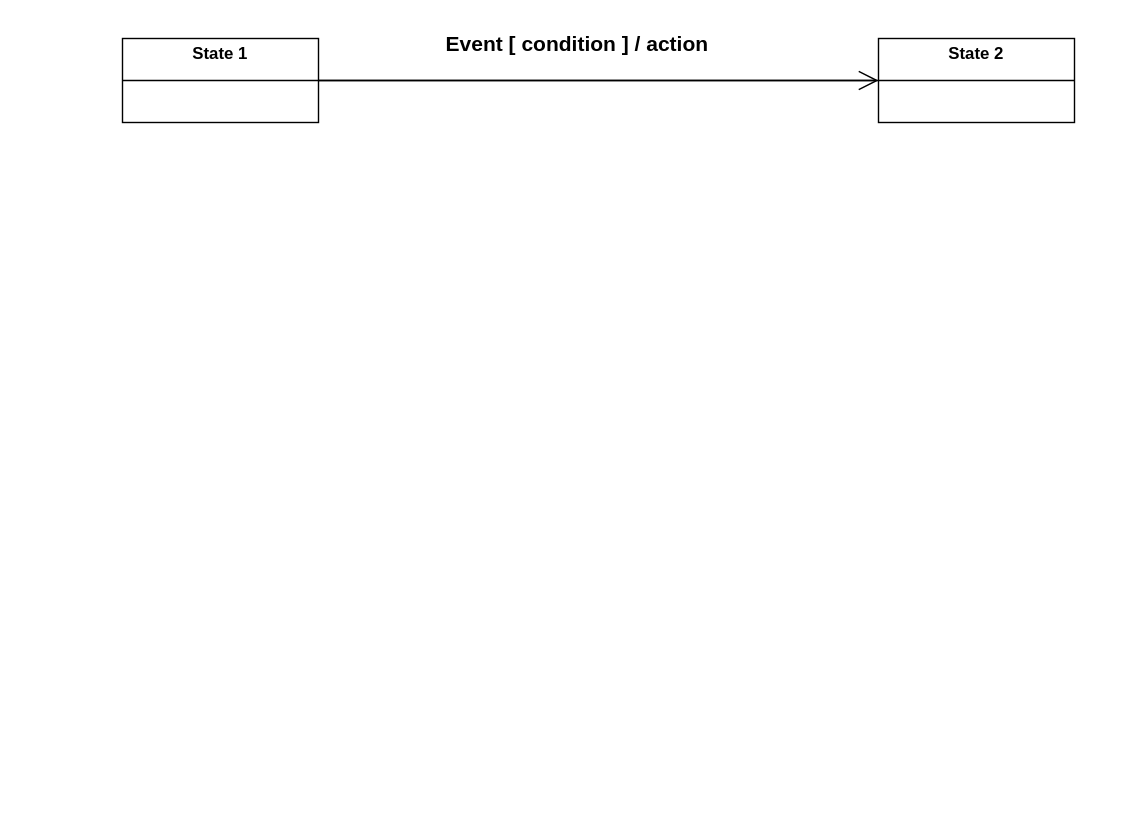
Earlier version of the draw.io diagram page "Transition State" (6 of 6) of Diagram.drawio (yahyamallak/UML). Source tidied: cells renumbered, new cells numbered last; positions are measured from the earlier drawing's top-left corner, leaving out a move shared by most shapes. Both pictures are drawn from the tidied source at 140%, with x=0, y=0 at pixel (122, 24).
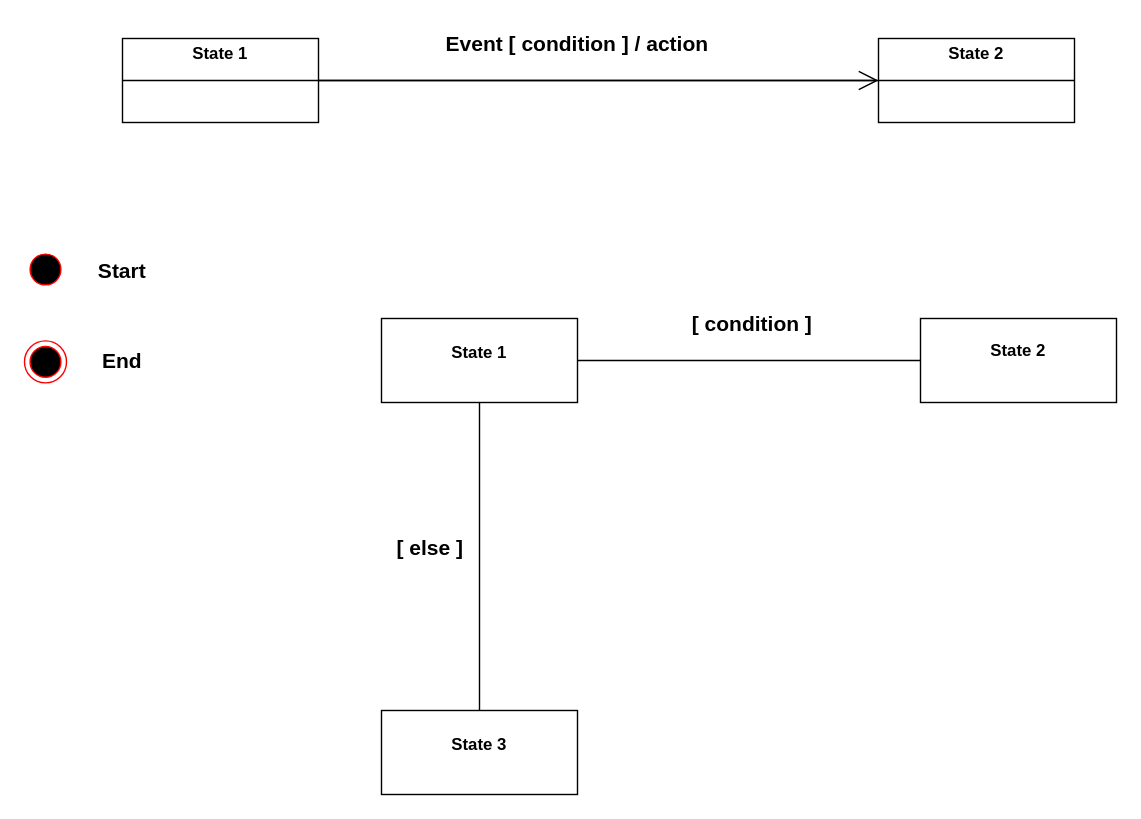
The same diagram, later.

Change to the diagram source:
```diff
@@
 <mxGraphModel>
   <root>
     <mxCell id="0" />
     <mxCell id="1" parent="0" />
     <mxCell id="2" value="&lt;p style=&quot;margin: 0px ; margin-top: 4px ; text-align: center&quot;&gt;&lt;/p&gt;&lt;div style=&quot;text-align: center ; height: 2px&quot;&gt;&lt;b&gt;State 2&lt;/b&gt;&lt;/div&gt;" style="verticalAlign=top;align=left;overflow=fill;fontSize=12;fontFamily=Helvetica;html=1;" parent="1" vertex="1">
       <mxGeometry x="540" y="10" width="140" height="60" as="geometry" />
     </mxCell>
     <mxCell id="3" value="&lt;p style=&quot;margin: 0px ; margin-top: 4px ; text-align: center&quot;&gt;&lt;b&gt;State 1&lt;/b&gt;&lt;/p&gt;" style="verticalAlign=top;align=left;overflow=fill;fontSize=12;fontFamily=Helvetica;html=1;" parent="1" vertex="1">
       <mxGeometry y="10" width="140" height="60" as="geometry" />
     </mxCell>
     <mxCell id="4" style="endArrow=open;endFill=1;endSize=12;html=1;rounded=0;entryX=0;entryY=0.5;entryDx=0;entryDy=0;exitX=1;exitY=0.5;exitDx=0;exitDy=0;" parent="1" edge="1" source="3" target="2">
       <mxGeometry relative="1" as="geometry" />
     </mxCell>
     <mxCell id="5" value="Event [ condition ] / action" style="text;align=center;fontStyle=1;verticalAlign=middle;spacingLeft=3;spacingRight=3;strokeColor=none;fontSize=15;" parent="1" vertex="1">
       <mxGeometry x="220" width="210" height="26" as="geometry" />
     </mxCell>
     <mxCell id="6" style="line;strokeWidth=1;fillColor=none;align=left;verticalAlign=middle;spacingTop=-1;spacingLeft=3;spacingRight=3;labelPosition=right;fontSize=15;" parent="1" vertex="1">
       <mxGeometry y="36" width="680" height="8" as="geometry" />
     </mxCell>
+    <mxCell id="7" value="&lt;p style=&quot;margin: 0px ; margin-top: 4px ; text-align: center&quot;&gt;&lt;br&gt;&lt;b&gt;State 1&lt;/b&gt;&lt;/p&gt;" style="verticalAlign=top;align=left;overflow=fill;fontSize=12;fontFamily=Helvetica;html=1;" parent="1" vertex="1">
+      <mxGeometry x="185" y="210" width="140" height="60" as="geometry" />
+    </mxCell>
+    <mxCell id="8" value="&lt;p style=&quot;margin: 0px ; margin-top: 4px ; text-align: center&quot;&gt;&lt;/p&gt;&lt;div style=&quot;text-align: center ; height: 2px&quot;&gt;&lt;b&gt;&lt;br&gt;&lt;/b&gt;&lt;/div&gt;&lt;div style=&quot;text-align: center ; height: 2px&quot;&gt;&lt;b&gt;&lt;br&gt;&lt;/b&gt;&lt;/div&gt;&lt;div style=&quot;text-align: center ; height: 2px&quot;&gt;&lt;b&gt;&lt;br&gt;&lt;/b&gt;&lt;/div&gt;&lt;div style=&quot;text-align: center ; height: 2px&quot;&gt;&lt;b&gt;&lt;br&gt;&lt;/b&gt;&lt;/div&gt;&lt;div style=&quot;text-align: center ; height: 2px&quot;&gt;&lt;b&gt;&lt;br&gt;&lt;/b&gt;&lt;/div&gt;&lt;div style=&quot;text-align: center ; height: 2px&quot;&gt;&lt;b&gt;&lt;br&gt;&lt;/b&gt;&lt;/div&gt;&lt;div style=&quot;text-align: center ; height: 2px&quot;&gt;&lt;b&gt;State 2&lt;/b&gt;&lt;/div&gt;" style="verticalAlign=top;align=left;overflow=fill;fontSize=12;fontFamily=Helvetica;html=1;" parent="1" vertex="1">
+      <mxGeometry x="570" y="210" width="140" height="60" as="geometry" />
+    </mxCell>
+    <mxCell id="9" value="&lt;p style=&quot;margin: 0px ; margin-top: 4px ; text-align: center&quot;&gt;&lt;br&gt;&lt;b&gt;State 3&lt;/b&gt;&lt;/p&gt;" style="verticalAlign=top;align=left;overflow=fill;fontSize=12;fontFamily=Helvetica;html=1;" parent="1" vertex="1">
+      <mxGeometry x="185" y="490" width="140" height="60" as="geometry" />
+    </mxCell>
+    <mxCell id="10" value="[ condition ]" style="text;align=center;fontStyle=1;verticalAlign=middle;spacingLeft=3;spacingRight=3;strokeColor=none;fontSize=15;" parent="1" vertex="1">
+      <mxGeometry x="410" y="200" width="80" height="26" as="geometry" />
+    </mxCell>
+    <mxCell id="11" value="[ else ]" style="text;align=center;fontStyle=1;verticalAlign=middle;spacingLeft=3;spacingRight=3;strokeColor=none;fontSize=15;" parent="1" vertex="1">
+      <mxGeometry x="180" y="360" width="80" height="26" as="geometry" />
+    </mxCell>
+    <mxCell id="12" style="endArrow=none;html=1;rounded=0;fontSize=15;entryX=0.5;entryY=1;entryDx=0;entryDy=0;exitX=0.5;exitY=0;exitDx=0;exitDy=0;" parent="1" edge="1" source="9" target="7">
+      <mxGeometry relative="1" as="geometry" />
+    </mxCell>
+    <mxCell id="13" style="endArrow=none;html=1;rounded=0;fontSize=15;entryX=0;entryY=0.5;entryDx=0;entryDy=0;exitX=1;exitY=0.5;exitDx=0;exitDy=0;" parent="1" edge="1" source="7" target="8">
+      <mxGeometry relative="1" as="geometry" />
+    </mxCell>
+    <mxCell id="14" style="ellipse;html=1;shape=startState;fillColor=#000000;strokeColor=#ff0000;fontSize=15;" parent="1" vertex="1">
+      <mxGeometry x="-70" y="160" width="30" height="30" as="geometry" />
+    </mxCell>
+    <mxCell id="15" style="ellipse;html=1;shape=endState;fillColor=#000000;strokeColor=#ff0000;fontSize=15;" parent="1" vertex="1">
+      <mxGeometry x="-70" y="226" width="30" height="30" as="geometry" />
+    </mxCell>
+    <mxCell id="16" value="Start" style="text;align=center;fontStyle=1;verticalAlign=middle;spacingLeft=3;spacingRight=3;strokeColor=none;fontSize=15;" parent="1" vertex="1">
+      <mxGeometry x="-40" y="162" width="80" height="26" as="geometry" />
+    </mxCell>
+    <mxCell id="17" value="End" style="text;align=center;fontStyle=1;verticalAlign=middle;spacingLeft=3;spacingRight=3;strokeColor=none;fontSize=15;" parent="1" vertex="1">
+      <mxGeometry x="-40" y="226" width="80" height="26" as="geometry" />
+    </mxCell>
   </root>
 </mxGraphModel>
```
